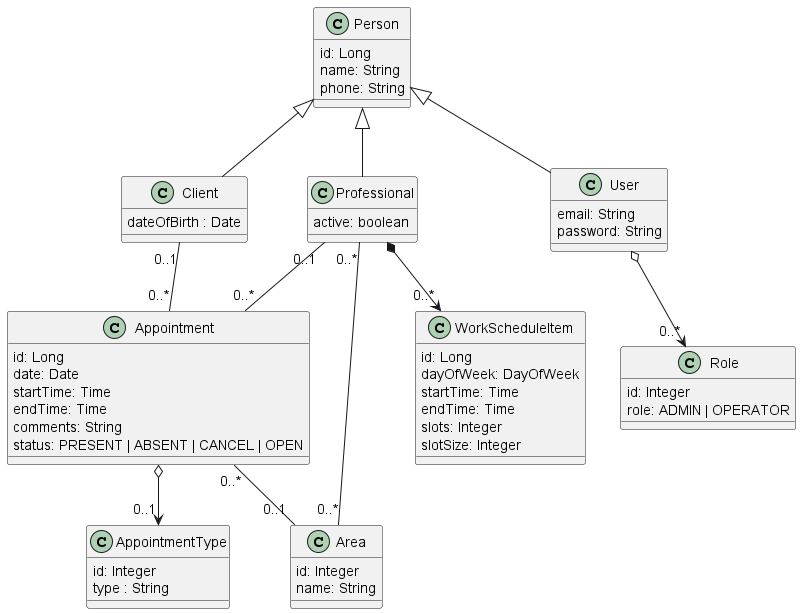
Above: out/docs/model/model.png in bootcampfullstack/appointment-conception (PlantUML), before the change.
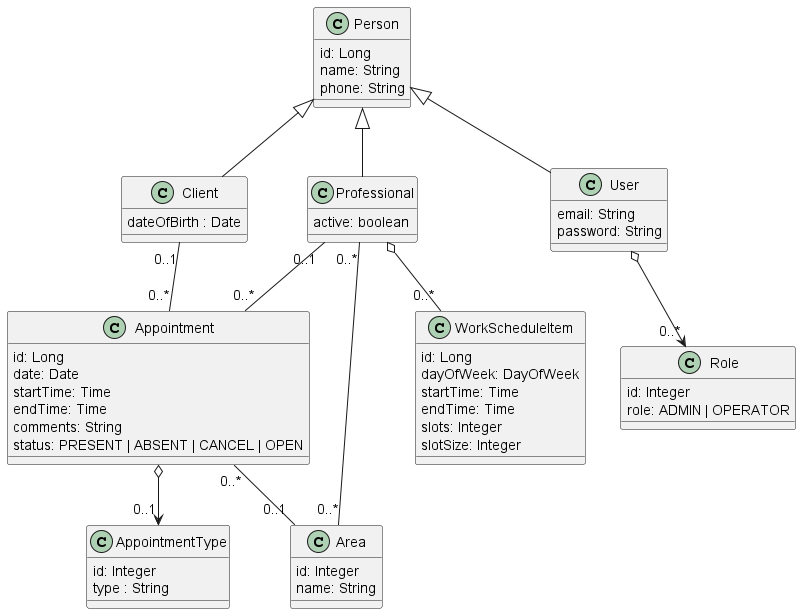
The same diagram one commit later.

Diff of the diagram source:
```diff
@@ -55,7 +55,7 @@
 Person              <|--             Professional
 Person              <|--             User
 Professional "0..*"  -d-     "0..*"  Area
-Professional         *-->    "0..*"  WorkScheduleItem
+Professional         o--     "0..*"  WorkScheduleItem
 Appointment          o-->    "0..1"  AppointmentType
 Appointment "0..*"   -u-     "0..1"  Client
 Appointment "0..*"   -u-     "0..1"  Professional
```
